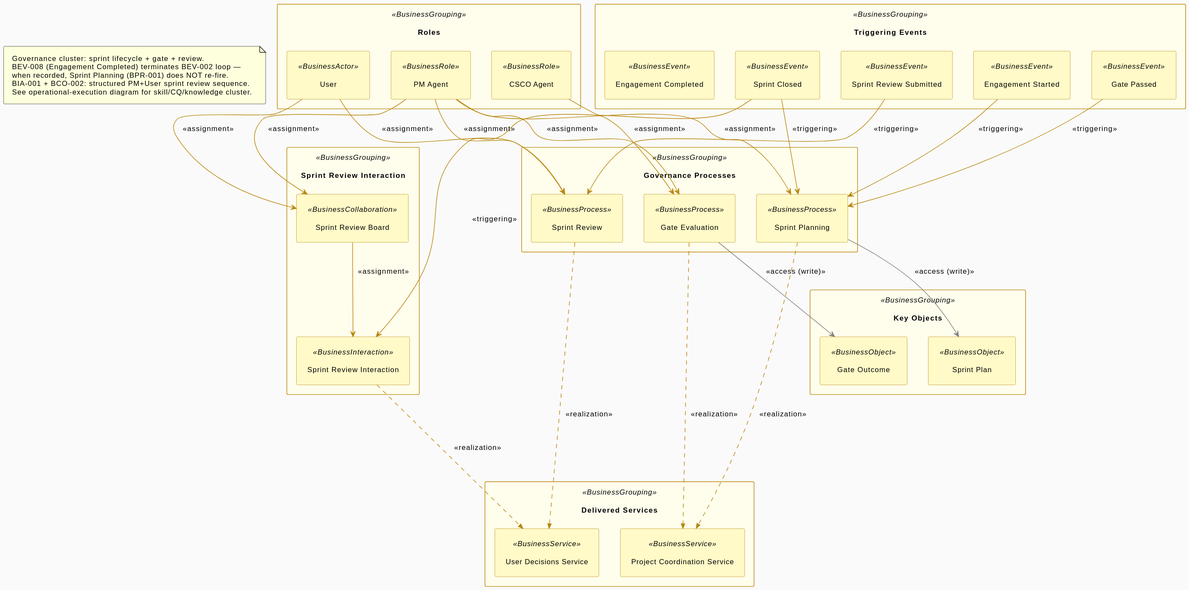
Earlier version of the PlantUML export engagements/ENG-001/work-repositories/architecture-repository/diagram-catalog/rendered/b-archimate-business-operational-governance-v1.svg (mbauer83/sdlc-multi-agent-system). Source of this version:
```plantuml
@startuml
!include ../_macros.puml
!include ../_archimate-stereotypes.puml

skinparam groupInheritance 1
skinparam nodesep 35
skinparam ranksep 50
skinparam padding 8

rectangle "Triggering Events" <<BusinessGrouping>> as GRP_EVTS {
  DECL_BEV_001
  DECL_BEV_002
  DECL_BEV_003
  DECL_BEV_006
  DECL_BEV_008
}

rectangle "Governance Processes" <<BusinessGrouping>> as GRP_PROCS {
  DECL_BPR_001
  DECL_BPR_004
  DECL_BPR_006
}

rectangle "Sprint Review Interaction" <<BusinessGrouping>> as GRP_IA {
  DECL_BIA_001
  DECL_BCO_002
}

rectangle "Roles" <<BusinessGrouping>> as GRP_ROLES {
  DECL_ACT_001
  DECL_ACT_002
  DECL_ACT_010
}

rectangle "Key Objects" <<BusinessGrouping>> as GRP_OBJ {
  DECL_BOB_002
  DECL_BOB_004
}

rectangle "Delivered Services" <<BusinessGrouping>> as GRP_SVCS {
  DECL_BSV_003
  DECL_BSV_009
}

BEV_001 -[#B8860B]-> BPR_001 : <<triggering>>
BEV_002 -[#B8860B]-> BPR_001 : <<triggering>>
BEV_002 -[#B8860B]-> BIA_001 : <<triggering>>
BEV_003 -[#B8860B]-> BPR_001 : <<triggering>>
BEV_006 -[#B8860B]-> BPR_006 : <<triggering>>

ACT_002 -[#B8860B]-> BPR_001 : <<assignment>>
ACT_002 -[#B8860B]-> BPR_004 : <<assignment>>
ACT_002 -[#B8860B]-> BPR_006 : <<assignment>>
ACT_010 -[#B8860B]-> BPR_004 : <<assignment>>
ACT_001 -[#B8860B]-> BPR_006 : <<assignment>>
ACT_001 -[#B8860B]-> BCO_002 : <<assignment>>
ACT_002 -[#B8860B]-> BCO_002 : <<assignment>>
BCO_002 -[#B8860B]-> BIA_001 : <<assignment>>

BPR_001 ..[#B8860B].>> BSV_003 : <<realization>>
BPR_004 ..[#B8860B].>> BSV_003 : <<realization>>
BPR_006 ..[#B8860B].>> BSV_009 : <<realization>>
BIA_001 ..[#B8860B].>> BSV_009 : <<realization>>

BPR_001 -[#808080]-> BOB_002 : <<access (write)>>
BPR_004 -[#808080]-> BOB_004 : <<access (write)>>

note as N1
  Governance cluster: sprint lifecycle + gate + review.
  BEV-008 (Engagement Completed) terminates BEV-002 loop —
  when recorded, Sprint Planning (BPR-001) does NOT re-fire.
  BIA-001 + BCO-002: structured PM+User sprint review sequence.
  See operational-execution diagram for skill/CQ/knowledge cluster.
end note
@enduml
```
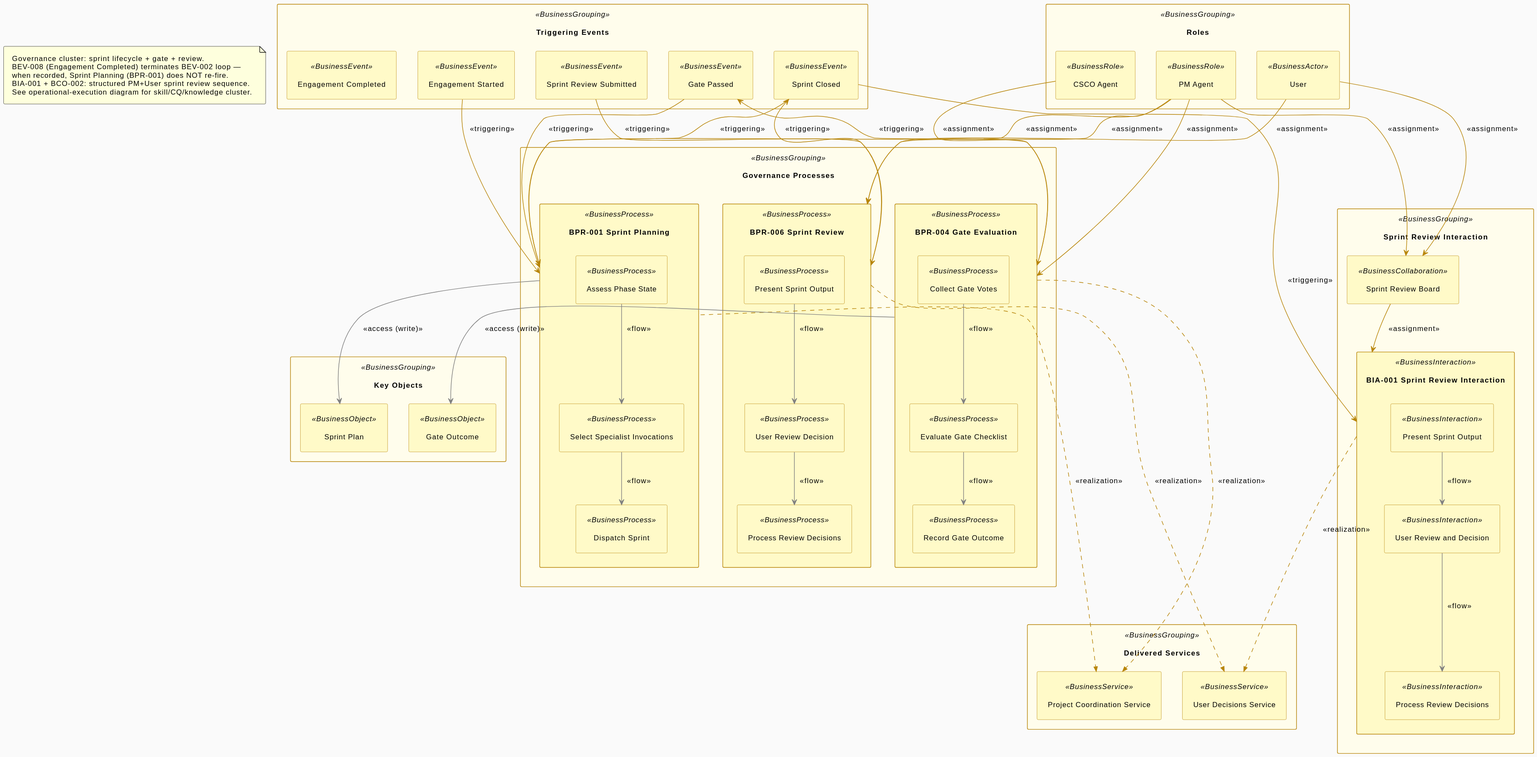
Above is the later version.

Diff of the diagram source:
```diff
@@ -16,13 +16,29 @@
 }
 
 rectangle "Governance Processes" <<BusinessGrouping>> as GRP_PROCS {
-  DECL_BPR_001
-  DECL_BPR_004
-  DECL_BPR_006
+  rectangle "BPR-001 Sprint Planning" <<BusinessProcess>> as BPR_001 {
+    DECL_BPR_101
+    DECL_BPR_102
+    DECL_BPR_103
+  }
+  rectangle "BPR-004 Gate Evaluation" <<BusinessProcess>> as BPR_004 {
+    DECL_BPR_401
+    DECL_BPR_402
+    DECL_BPR_403
+  }
+  rectangle "BPR-006 Sprint Review" <<BusinessProcess>> as BPR_006 {
+    DECL_BPR_601
+    DECL_BPR_602
+    DECL_BPR_603
+  }
 }
 
 rectangle "Sprint Review Interaction" <<BusinessGrouping>> as GRP_IA {
-  DECL_BIA_001
+  rectangle "BIA-001 Sprint Review Interaction" <<BusinessInteraction>> as BIA_001 {
+    DECL_BIA_101
+    DECL_BIA_102
+    DECL_BIA_103
+  }
   DECL_BCO_002
 }
 
@@ -47,6 +63,21 @@
 BEV_002 -[#B8860B]-> BIA_001 : <<triggering>>
 BEV_003 -[#B8860B]-> BPR_001 : <<triggering>>
 BEV_006 -[#B8860B]-> BPR_006 : <<triggering>>
+
+BPR_101 -[#808080]-> BPR_102 : <<flow>>
+BPR_102 -[#808080]-> BPR_103 : <<flow>>
+
+BPR_401 -[#808080]-> BPR_402 : <<flow>>
+BPR_402 -[#808080]-> BPR_403 : <<flow>>
+
+BPR_601 -[#808080]-> BPR_602 : <<flow>>
+BPR_602 -[#808080]-> BPR_603 : <<flow>>
+
+BIA_101 -[#808080]-> BIA_102 : <<flow>>
+BIA_102 -[#808080]-> BIA_103 : <<flow>>
+
+BPR_004 -[#B8860B]-> BEV_003 : <<triggering>>
+BPR_006 -[#B8860B]-> BEV_002 : <<triggering>>
 
 ACT_002 -[#B8860B]-> BPR_001 : <<assignment>>
 ACT_002 -[#B8860B]-> BPR_004 : <<assignment>>
```
